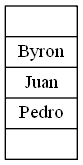
Before: preOrden.png, a diagram exported from Graphviz (ByLy23/Scrabble_CPP). Its source is kept beside it as preOrden.dot.
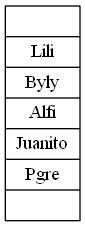
The same diagram one commit later.

What changed in the source:
```diff
@@ -1,4 +1,4 @@
 digraph graficaPreorden{
  linkdir=LR
- arreglo[shape= record label= "{|Byron|Juan|Pedro|}"];
+ arreglo[shape= record label= "{|Lili|Byly|Alfi|Juanito|Pgre|}"];
 }
```
